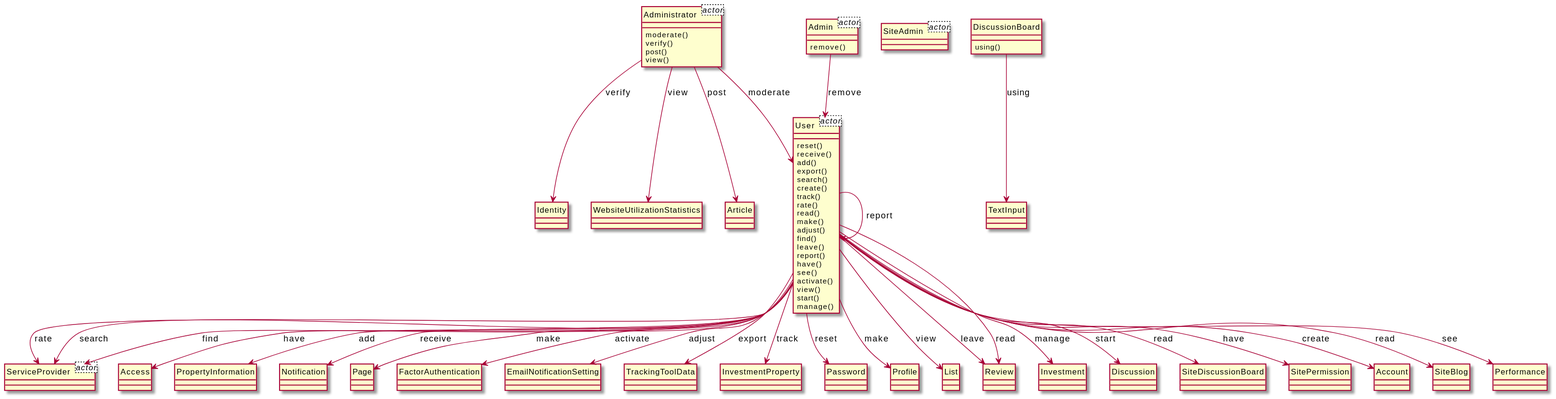
Above: output/diagram_5/2018-USC-Project02.svg in xixixhalu/DomainModelExtractor (PlantUML), before the change.
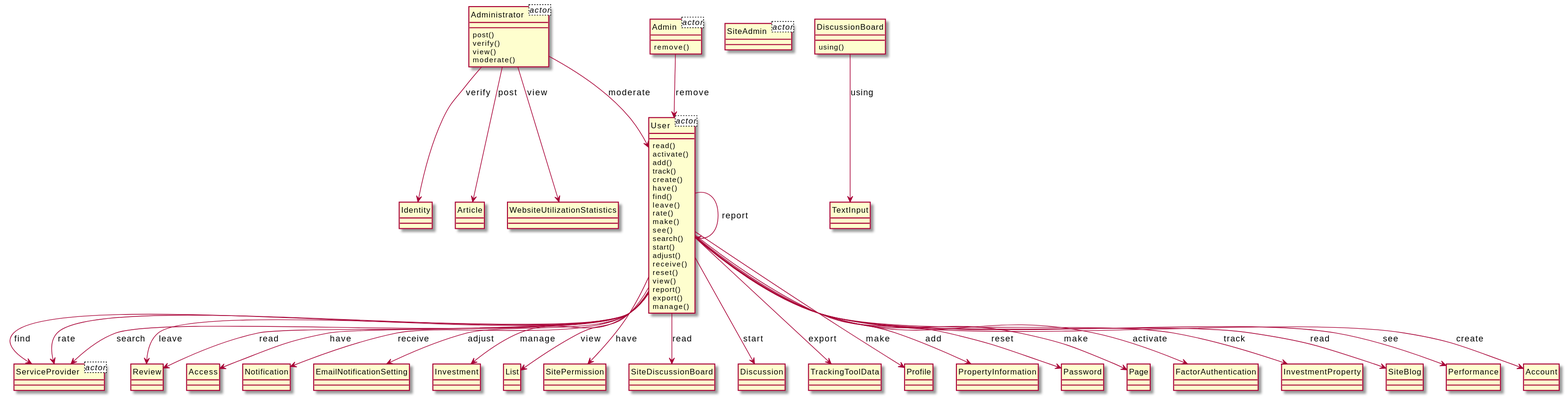
The same diagram one commit later.

The edit, as a diff of the source:
```diff
@@ -10,41 +10,58 @@
 }
 class SiteAdmin<actor> {
 }
+class Administrator {
+	post()
+	verify()
+	view()
+	moderate()
+}
+class Identity {
+}
 class User {
-	reset()
-	receive()
+	read()
+	activate()
 	add()
-	export()
-	search()
+	track()
 	create()
-	track()
-	rate()
-	read()
-	make()
-	adjust()
+	have()
 	find()
 	leave()
+	rate()
+	make()
+	see()
+	search()
+	start()
+	adjust()
+	receive()
+	reset()
+	view()
 	report()
-	have()
-	see()
-	activate()
-	view()
-	start()
+	export()
 	manage()
+}
+class Review {
 }
 class Access {
 }
-class ServiceProvider {
-}
-class PropertyInformation {
-}
 class Notification {
 }
-class Page {
+class EmailNotificationSetting {
 }
-class FactorAuthentication {
+class Admin {
+	remove()
 }
-class EmailNotificationSetting {
+class Investment {
+}
+class List {
+}
+class SitePermission {
+}
+class Article {
+}
+class SiteDiscussionBoard {
+}
+class Discussion {
 }
 class DiscussionBoard {
 	using()
@@ -53,73 +70,56 @@
 }
 class TrackingToolData {
 }
-class InvestmentProperty {
+class Profile {
+}
+class ServiceProvider {
+}
+class PropertyInformation {
 }
 class Password {
 }
-class Profile {
+class Page {
 }
-class List {
+class FactorAuthentication {
 }
-class Review {
-}
-class Administrator {
-	moderate()
-	verify()
-	post()
-	view()
-}
-class Identity {
-}
-class Investment {
-}
-class Discussion {
-}
-class SiteDiscussionBoard {
-}
-class SitePermission {
-}
-class Account {
-}
-class WebsiteUtilizationStatistics {
-}
-class Article {
+class InvestmentProperty {
 }
 class SiteBlog {
 }
 class Performance {
 }
-class Admin {
-	remove()
+class WebsiteUtilizationStatistics {
 }
+class Account {
+}
+User --> Review : leave
+Administrator --> WebsiteUtilizationStatistics : view
+User --> Profile : make
+Administrator --> User : moderate
+User --> Access : have
+User --> Account : create
+User --> ServiceProvider : find
+Administrator --> Article : post
+User --> Notification : receive
+User --> PropertyInformation : add
+User --> EmailNotificationSetting : adjust
+User --> Password : reset
+User --> List : view
+User --> Page : make
+Admin --> User : remove
+User --> Investment : manage
+User --> FactorAuthentication : activate
+User --> User : report
+User --> SiteDiscussionBoard : read
+User --> ServiceProvider : rate
+User --> SitePermission : have
+User --> ServiceProvider : search
+User --> Discussion : start
+User --> InvestmentProperty : track
+User --> SiteBlog : read
+DiscussionBoard --> TextInput : using
+Administrator --> Identity : verify
 User --> Performance : see
-Administrator --> User : moderate
-User --> PropertyInformation : add
-User --> Password : reset
-User --> InvestmentProperty : track
-User --> User : report
-User --> Investment : manage
-User --> Notification : receive
-Admin --> User : remove
-User --> Discussion : start
-User --> Page : make
-User --> SiteDiscussionBoard : read
-User --> FactorAuthentication : activate
-DiscussionBoard --> TextInput : using
-User --> Review : leave
-User --> EmailNotificationSetting : adjust
-User --> SitePermission : have
-User --> ServiceProvider : rate
-User --> Profile : make
-User --> ServiceProvider : search
 User --> TrackingToolData : export
-User --> Account : create
-User --> List : view
-Administrator --> WebsiteUtilizationStatistics : view
 User --> Review : read
-Administrator --> Article : post
-User --> Access : have
-Administrator --> Identity : verify
-User --> SiteBlog : read
-User --> ServiceProvider : find
 @enduml
```
